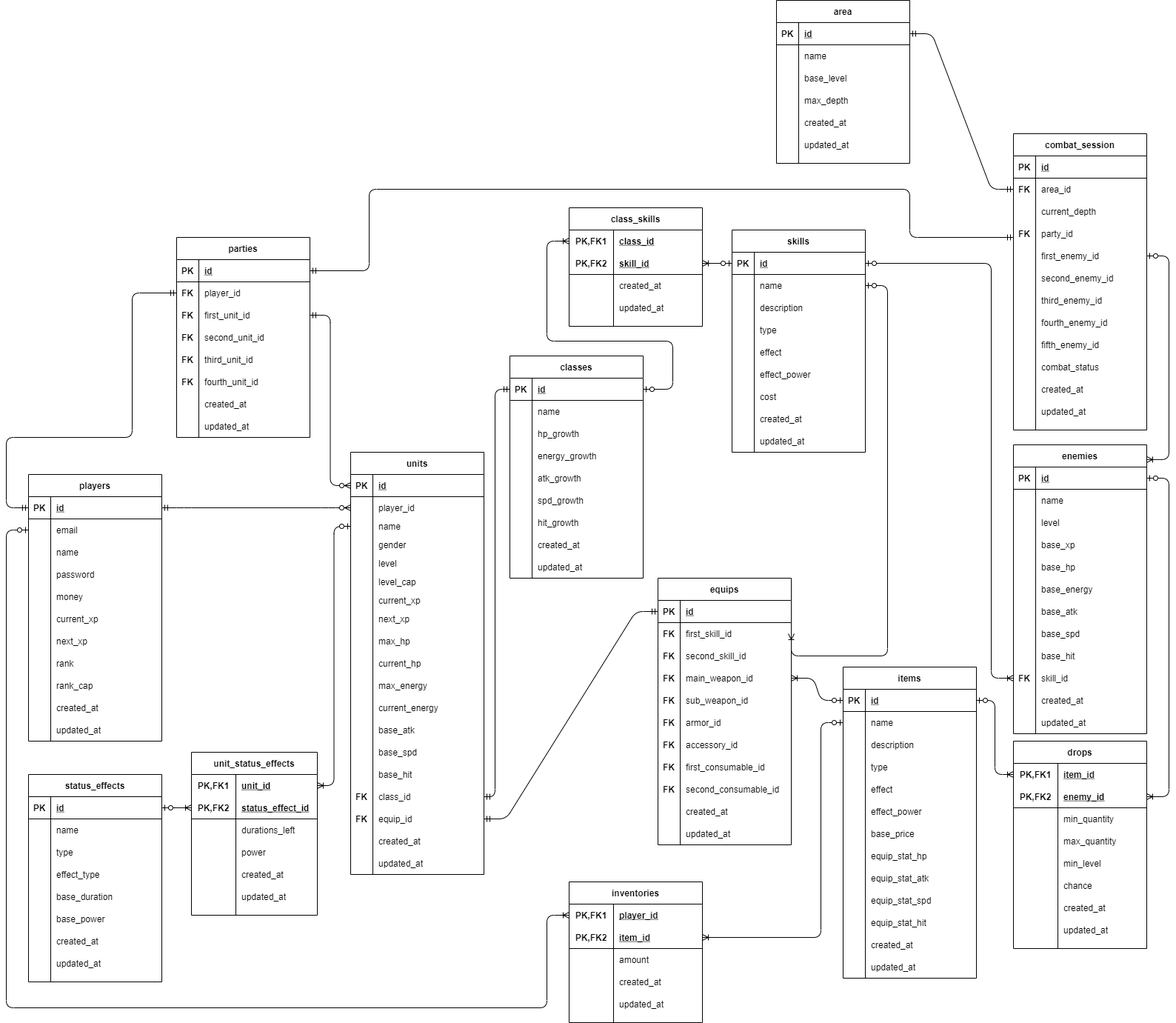
The draw.io diagram docs/dg-explorer-erd.png in BudiartoSalim/ts-dg-explorer-server, before a commit. Source tidied: cells renumbered, new cells last; positions are measured from the earlier drawing's top-left corner, leaving out a move shared by most shapes.
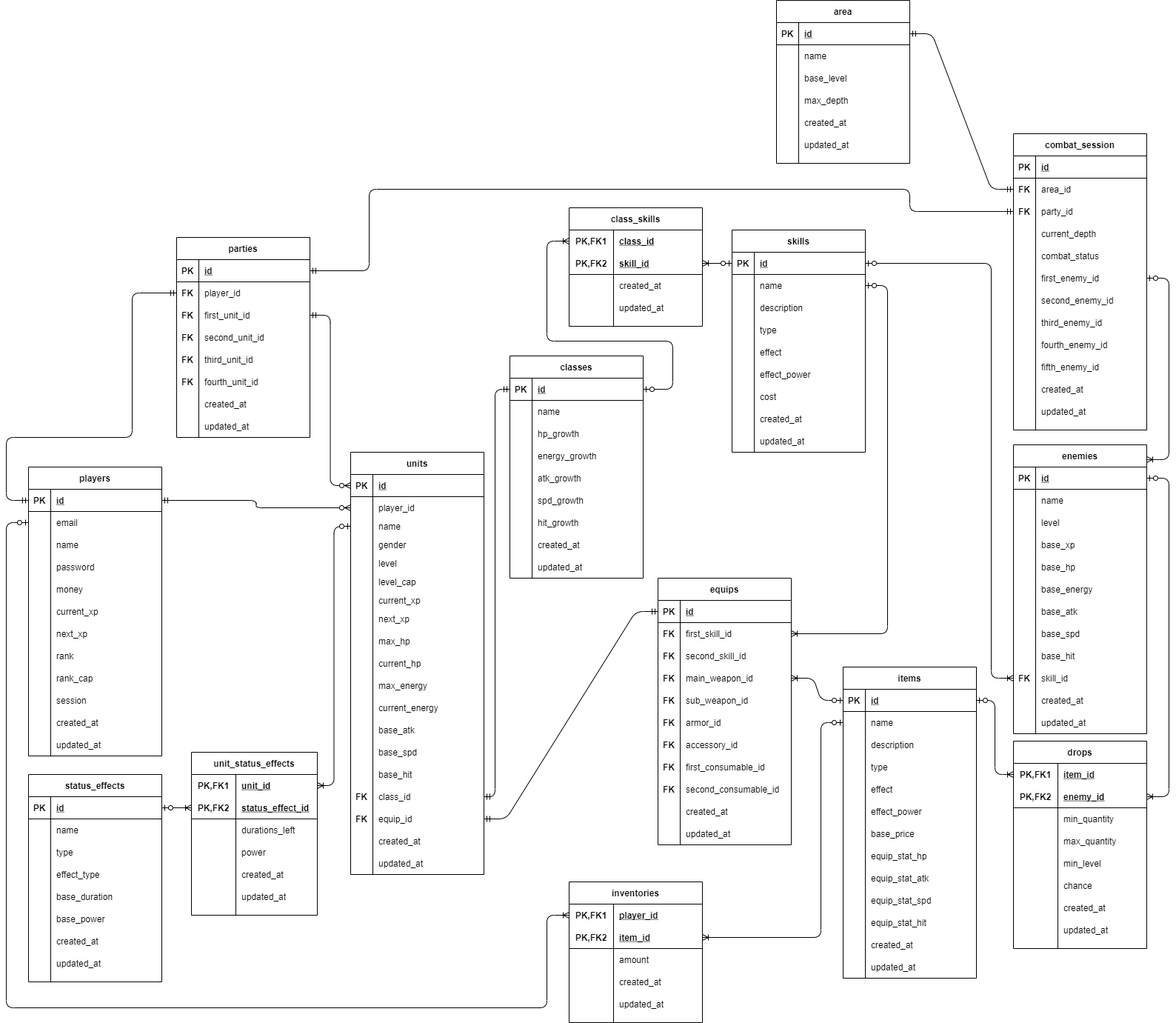
After the commit.

Commit message:
added session in ERD and minor fix on some draw errors

What changed in the source:
```diff
@@ -3,7 +3,7 @@
     <mxCell id="0" />
     <mxCell id="1" parent="0" />
     <mxCell id="2" value="players" style="shape=table;startSize=30;rowLines=0;fontStyle=1;align=center;" parent="1" vertex="1">
-      <mxGeometry x="30" y="640" width="180" height="360" as="geometry" />
+      <mxGeometry x="30" y="630" width="180" height="390" as="geometry" />
     </mxCell>
     <mxCell id="3" style="shape=partialRectangle;fillColor=none;top=0;left=0;bottom=1;right=0;points=[[0,0.5],[1,0.5]];portConstraint=eastwest;" parent="2" vertex="1">
       <mxGeometry y="30" width="180" height="30" as="geometry" />
@@ -86,8 +86,17 @@
     <mxCell id="29" value="rank_cap" style="shape=partialRectangle;fillColor=none;top=0;left=0;bottom=0;right=0;align=left;spacingLeft=6;overflow=hidden;" parent="27" vertex="1">
       <mxGeometry x="30" width="150" height="30" as="geometry" />
     </mxCell>
+    <mxCell id="459" style="shape=partialRectangle;fillColor=none;top=0;left=0;bottom=0;right=0;" parent="2" vertex="1">
+      <mxGeometry y="300" width="180" height="30" as="geometry" />
+    </mxCell>
+    <mxCell id="460" style="shape=partialRectangle;fillColor=none;top=0;left=0;bottom=0;right=0;overflow=hidden;" parent="459" vertex="1">
+      <mxGeometry width="30" height="30" as="geometry" />
+    </mxCell>
+    <mxCell id="461" value="session" style="shape=partialRectangle;fillColor=none;top=0;left=0;bottom=0;right=0;align=left;spacingLeft=6;overflow=hidden;" parent="459" vertex="1">
+      <mxGeometry x="30" width="150" height="30" as="geometry" />
+    </mxCell>
     <mxCell id="30" style="shape=partialRectangle;fillColor=none;top=0;left=0;bottom=0;right=0;" parent="2" vertex="1">
-      <mxGeometry y="300" width="180" height="30" as="geometry" />
+      <mxGeometry y="330" width="180" height="30" as="geometry" />
     </mxCell>
     <mxCell id="31" style="shape=partialRectangle;fillColor=none;top=0;left=0;bottom=0;right=0;overflow=hidden;" parent="30" vertex="1">
       <mxGeometry width="30" height="30" as="geometry" />
@@ -96,7 +105,7 @@
       <mxGeometry x="30" width="150" height="30" as="geometry" />
     </mxCell>
     <mxCell id="33" style="shape=partialRectangle;fillColor=none;top=0;left=0;bottom=0;right=0;" parent="2" vertex="1">
-      <mxGeometry y="330" width="180" height="30" as="geometry" />
+      <mxGeometry y="360" width="180" height="30" as="geometry" />
     </mxCell>
     <mxCell id="34" style="shape=partialRectangle;fillColor=none;top=0;left=0;bottom=0;right=0;overflow=hidden;" parent="33" vertex="1">
       <mxGeometry width="30" height="30" as="geometry" />
@@ -278,7 +287,7 @@
     <mxCell id="93" value="updated_at" style="shape=partialRectangle;fillColor=none;top=0;left=0;bottom=0;right=0;align=left;spacingLeft=6;overflow=hidden;" parent="91" vertex="1">
       <mxGeometry x="30" width="150" height="30" as="geometry" />
     </mxCell>
-    <mxCell id="94" style="edgeStyle=entityRelationEdgeStyle;fontSize=12;html=1;endArrow=ERzeroToMany;startArrow=ERmandOne;entryX=0;entryY=0.5;entryDx=0;entryDy=0;exitX=1;exitY=0.5;exitDx=0;exitDy=0;" parent="1" edge="1" source="3" target="40">
+    <mxCell id="94" style="edgeStyle=orthogonalEdgeStyle;fontSize=12;html=1;endArrow=ERzeroToMany;startArrow=ERmandOne;entryX=0;entryY=0.5;entryDx=0;entryDy=0;exitX=1;exitY=0.5;exitDx=0;exitDy=0;" parent="1" edge="1" source="3" target="40">
       <mxGeometry relative="1" as="geometry" />
     </mxCell>
     <mxCell id="95" value="classes" style="shape=table;startSize=30;rowLines=0;fontStyle=1;align=center;" parent="1" vertex="1">
@@ -451,7 +460,7 @@
     <mxCell id="149" style="edgeStyle=orthogonalEdgeStyle;fontSize=12;html=1;endArrow=ERmandOne;startArrow=ERmandOne;exitX=0;exitY=0.5;exitDx=0;exitDy=0;entryX=0;entryY=0.5;entryDx=0;entryDy=0;" parent="1" edge="1" source="3" target="128">
       <mxGeometry relative="1" as="geometry">
         <Array as="points">
-          <mxPoint y="685" />
+          <mxPoint y="675" />
           <mxPoint y="590" />
           <mxPoint x="170" y="590" />
           <mxPoint x="170" y="395" />
@@ -703,7 +712,7 @@
       <mxGeometry relative="1" as="geometry">
         <Array as="points">
           <mxPoint x="1190" y="385" />
-          <mxPoint x="1190" y="885" />
+          <mxPoint x="1190" y="855" />
         </Array>
       </mxGeometry>
     </mxCell>
@@ -884,7 +893,7 @@
     <mxCell id="287" style="edgeStyle=orthogonalEdgeStyle;fontSize=12;html=1;endArrow=ERoneToMany;startArrow=ERzeroToOne;exitX=0;exitY=0.5;exitDx=0;exitDy=0;entryX=0;entryY=0.5;entryDx=0;entryDy=0;" parent="1" edge="1" source="6" target="272">
       <mxGeometry relative="1" as="geometry">
         <Array as="points">
-          <mxPoint y="715" />
+          <mxPoint y="705" />
           <mxPoint y="1360" />
           <mxPoint x="730" y="1360" />
           <mxPoint x="730" y="1235" />
@@ -1125,8 +1134,17 @@
     <mxCell id="360" value="area_id" style="shape=partialRectangle;fillColor=none;top=0;left=0;bottom=0;right=0;align=left;spacingLeft=6;overflow=hidden;" parent="358" vertex="1">
       <mxGeometry x="30" width="150" height="30" as="geometry" />
     </mxCell>
+    <mxCell id="364" style="shape=partialRectangle;fillColor=none;top=0;left=0;bottom=0;right=0;points=[[0,0.5],[1,0.5]];portConstraint=eastwest;" parent="354" vertex="1">
+      <mxGeometry y="90" width="180" height="30" as="geometry" />
+    </mxCell>
+    <mxCell id="365" value="FK" style="shape=partialRectangle;fillColor=none;top=0;left=0;bottom=0;right=0;overflow=hidden;fontStyle=1;" parent="364" vertex="1">
+      <mxGeometry width="30" height="30" as="geometry" />
+    </mxCell>
+    <mxCell id="366" value="party_id" style="shape=partialRectangle;fillColor=none;top=0;left=0;bottom=0;right=0;align=left;spacingLeft=6;overflow=hidden;" parent="364" vertex="1">
+      <mxGeometry x="30" width="150" height="30" as="geometry" />
+    </mxCell>
     <mxCell id="361" style="shape=partialRectangle;fillColor=none;top=0;left=0;bottom=0;right=0;" parent="354" vertex="1">
-      <mxGeometry y="90" width="180" height="30" as="geometry" />
+      <mxGeometry y="120" width="180" height="30" as="geometry" />
     </mxCell>
     <mxCell id="362" style="shape=partialRectangle;fillColor=none;top=0;left=0;bottom=0;right=0;overflow=hidden;" parent="361" vertex="1">
       <mxGeometry width="30" height="30" as="geometry" />
@@ -1134,17 +1152,17 @@
     <mxCell id="363" value="current_depth" style="shape=partialRectangle;fillColor=none;top=0;left=0;bottom=0;right=0;align=left;spacingLeft=6;overflow=hidden;" parent="361" vertex="1">
       <mxGeometry x="30" width="150" height="30" as="geometry" />
     </mxCell>
-    <mxCell id="364" style="shape=partialRectangle;fillColor=none;top=0;left=0;bottom=0;right=0;points=[[0,0.5],[1,0.5]];portConstraint=eastwest;" parent="354" vertex="1">
-      <mxGeometry y="120" width="180" height="30" as="geometry" />
-    </mxCell>
-    <mxCell id="365" value="FK" style="shape=partialRectangle;fillColor=none;top=0;left=0;bottom=0;right=0;overflow=hidden;fontStyle=1;" parent="364" vertex="1">
-      <mxGeometry width="30" height="30" as="geometry" />
-    </mxCell>
-    <mxCell id="366" value="party_id" style="shape=partialRectangle;fillColor=none;top=0;left=0;bottom=0;right=0;align=left;spacingLeft=6;overflow=hidden;" parent="364" vertex="1">
-      <mxGeometry x="30" width="150" height="30" as="geometry" />
-    </mxCell>
+    <mxCell id="382" style="shape=partialRectangle;fillColor=none;top=0;left=0;bottom=0;right=0;" parent="354" vertex="1">
+      <mxGeometry y="150" width="180" height="30" as="geometry" />
+    </mxCell>
+    <mxCell id="383" style="shape=partialRectangle;fillColor=none;top=0;left=0;bottom=0;right=0;overflow=hidden;" parent="382" vertex="1">
+      <mxGeometry width="30" height="30" as="geometry" />
+    </mxCell>
+    <mxCell id="384" value="combat_status" style="shape=partialRectangle;fillColor=none;top=0;left=0;bottom=0;right=0;align=left;spacingLeft=6;overflow=hidden;" parent="382" vertex="1">
+      <mxGeometry x="30" width="150" height="30" as="geometry" />
+    </mxCell>
     <mxCell id="367" style="shape=partialRectangle;fillColor=none;top=0;left=0;bottom=0;right=0;points=[[0,0.5],[1,0.5]];portConstraint=eastwest;" parent="354" vertex="1">
-      <mxGeometry y="150" width="180" height="30" as="geometry" />
+      <mxGeometry y="180" width="180" height="30" as="geometry" />
     </mxCell>
     <mxCell id="368" style="shape=partialRectangle;fillColor=none;top=0;left=0;bottom=0;right=0;overflow=hidden;" parent="367" vertex="1">
       <mxGeometry width="30" height="30" as="geometry" />
@@ -1153,7 +1171,7 @@
       <mxGeometry x="30" width="150" height="30" as="geometry" />
     </mxCell>
     <mxCell id="370" style="shape=partialRectangle;fillColor=none;top=0;left=0;bottom=0;right=0;" parent="354" vertex="1">
-      <mxGeometry y="180" width="180" height="30" as="geometry" />
+      <mxGeometry y="210" width="180" height="30" as="geometry" />
     </mxCell>
     <mxCell id="371" style="shape=partialRectangle;fillColor=none;top=0;left=0;bottom=0;right=0;overflow=hidden;" parent="370" vertex="1">
       <mxGeometry width="30" height="30" as="geometry" />
@@ -1162,7 +1180,7 @@
       <mxGeometry x="30" width="150" height="30" as="geometry" />
     </mxCell>
     <mxCell id="373" style="shape=partialRectangle;fillColor=none;top=0;left=0;bottom=0;right=0;" parent="354" vertex="1">
-      <mxGeometry y="210" width="180" height="30" as="geometry" />
+      <mxGeometry y="240" width="180" height="30" as="geometry" />
     </mxCell>
     <mxCell id="374" style="shape=partialRectangle;fillColor=none;top=0;left=0;bottom=0;right=0;overflow=hidden;" parent="373" vertex="1">
       <mxGeometry width="30" height="30" as="geometry" />
@@ -1171,7 +1189,7 @@
       <mxGeometry x="30" width="150" height="30" as="geometry" />
     </mxCell>
     <mxCell id="376" style="shape=partialRectangle;fillColor=none;top=0;left=0;bottom=0;right=0;" parent="354" vertex="1">
-      <mxGeometry y="240" width="180" height="30" as="geometry" />
+      <mxGeometry y="270" width="180" height="30" as="geometry" />
     </mxCell>
     <mxCell id="377" style="shape=partialRectangle;fillColor=none;top=0;left=0;bottom=0;right=0;overflow=hidden;" parent="376" vertex="1">
       <mxGeometry width="30" height="30" as="geometry" />
@@ -1180,7 +1198,7 @@
       <mxGeometry x="30" width="150" height="30" as="geometry" />
     </mxCell>
     <mxCell id="379" style="shape=partialRectangle;fillColor=none;top=0;left=0;bottom=0;right=0;" parent="354" vertex="1">
-      <mxGeometry y="270" width="180" height="30" as="geometry" />
+      <mxGeometry y="300" width="180" height="30" as="geometry" />
     </mxCell>
     <mxCell id="380" style="shape=partialRectangle;fillColor=none;top=0;left=0;bottom=0;right=0;overflow=hidden;" parent="379" vertex="1">
       <mxGeometry width="30" height="30" as="geometry" />
@@ -1188,15 +1206,6 @@
     <mxCell id="381" value="fifth_enemy_id" style="shape=partialRectangle;fillColor=none;top=0;left=0;bottom=0;right=0;align=left;spacingLeft=6;overflow=hidden;" parent="379" vertex="1">
       <mxGeometry x="30" width="150" height="30" as="geometry" />
     </mxCell>
-    <mxCell id="382" style="shape=partialRectangle;fillColor=none;top=0;left=0;bottom=0;right=0;" parent="354" vertex="1">
-      <mxGeometry y="300" width="180" height="30" as="geometry" />
-    </mxCell>
-    <mxCell id="383" style="shape=partialRectangle;fillColor=none;top=0;left=0;bottom=0;right=0;overflow=hidden;" parent="382" vertex="1">
-      <mxGeometry width="30" height="30" as="geometry" />
-    </mxCell>
-    <mxCell id="384" value="combat_status" style="shape=partialRectangle;fillColor=none;top=0;left=0;bottom=0;right=0;align=left;spacingLeft=6;overflow=hidden;" parent="382" vertex="1">
-      <mxGeometry x="30" width="150" height="30" as="geometry" />
-    </mxCell>
     <mxCell id="385" style="shape=partialRectangle;fillColor=none;top=0;left=0;bottom=0;right=0;" parent="354" vertex="1">
       <mxGeometry y="330" width="180" height="30" as="geometry" />
     </mxCell>
@@ -1218,14 +1227,13 @@
     <mxCell id="391" style="edgeStyle=entityRelationEdgeStyle;fontSize=12;html=1;endArrow=ERoneToMany;startArrow=ERzeroToOne;exitX=1;exitY=0.5;exitDx=0;exitDy=0;entryX=1;entryY=0.051;entryDx=0;entryDy=0;entryPerimeter=0;" parent="1" edge="1" source="367" target="289">
       <mxGeometry relative="1" as="geometry" />
     </mxCell>
-    <mxCell id="392" style="edgeStyle=orthogonalEdgeStyle;fontSize=12;html=1;endArrow=ERmandOne;startArrow=ERmandOne;exitX=1;exitY=0.5;exitDx=0;exitDy=0;" parent="1" edge="1" source="125">
+    <mxCell id="392" style="edgeStyle=orthogonalEdgeStyle;fontSize=12;html=1;endArrow=ERmandOne;startArrow=ERmandOne;exitX=1;exitY=0.5;exitDx=0;exitDy=0;entryX=0;entryY=0.5;entryDx=0;entryDy=0;" parent="1" edge="1" source="125" target="364">
       <mxGeometry relative="1" as="geometry">
-        <mxPoint x="1360" y="320" as="targetPoint" />
         <Array as="points">
           <mxPoint x="490" y="365" />
           <mxPoint x="490" y="255" />
           <mxPoint x="1220" y="255" />
-          <mxPoint x="1220" y="320" />
+          <mxPoint x="1220" y="285" />
         </Array>
       </mxGeometry>
     </mxCell>
```
